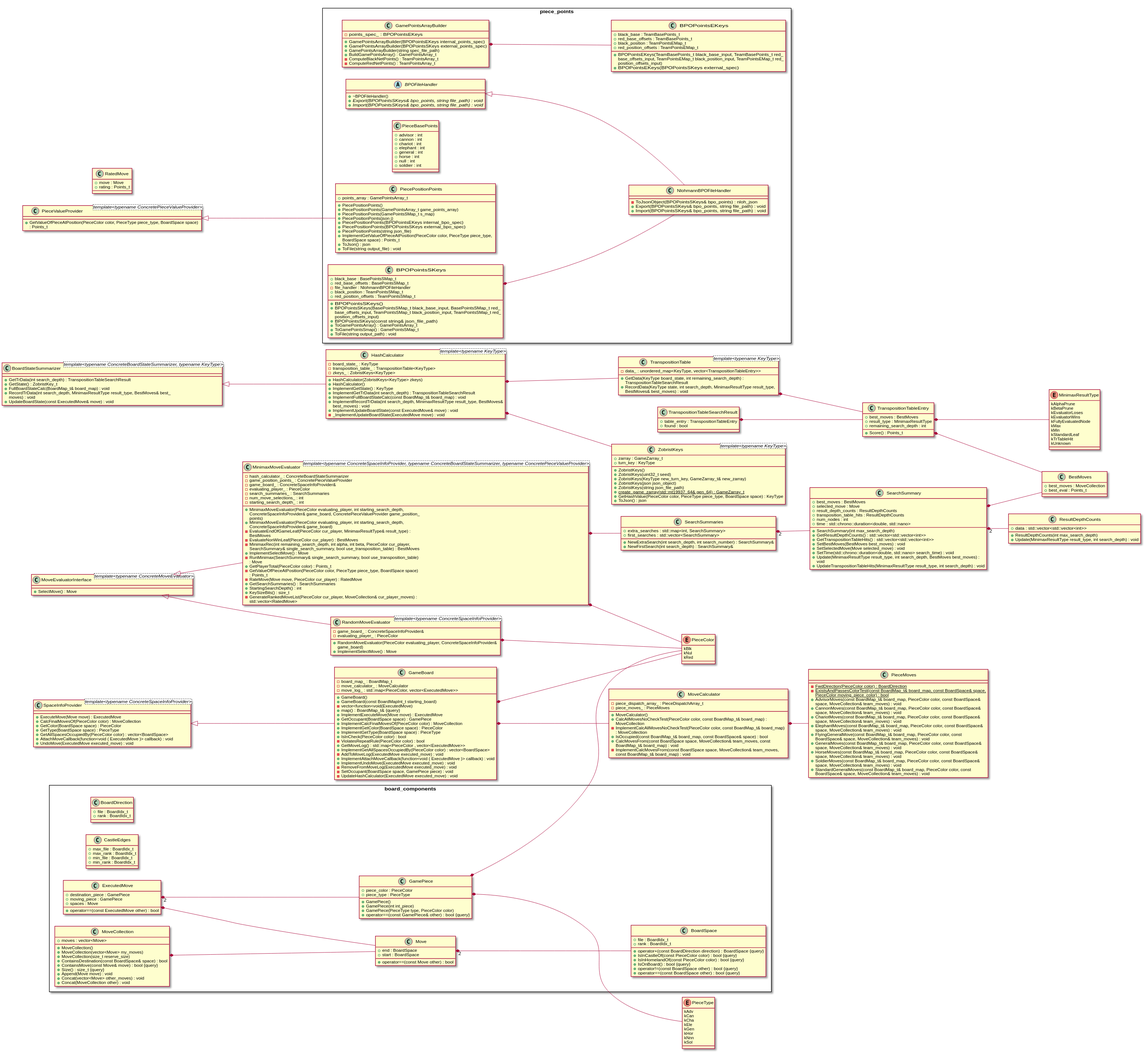
duanegoodner/xiangqigame keeps this PlantUML diagram as docs/plantuml/output.svg. Above is the earlier version.
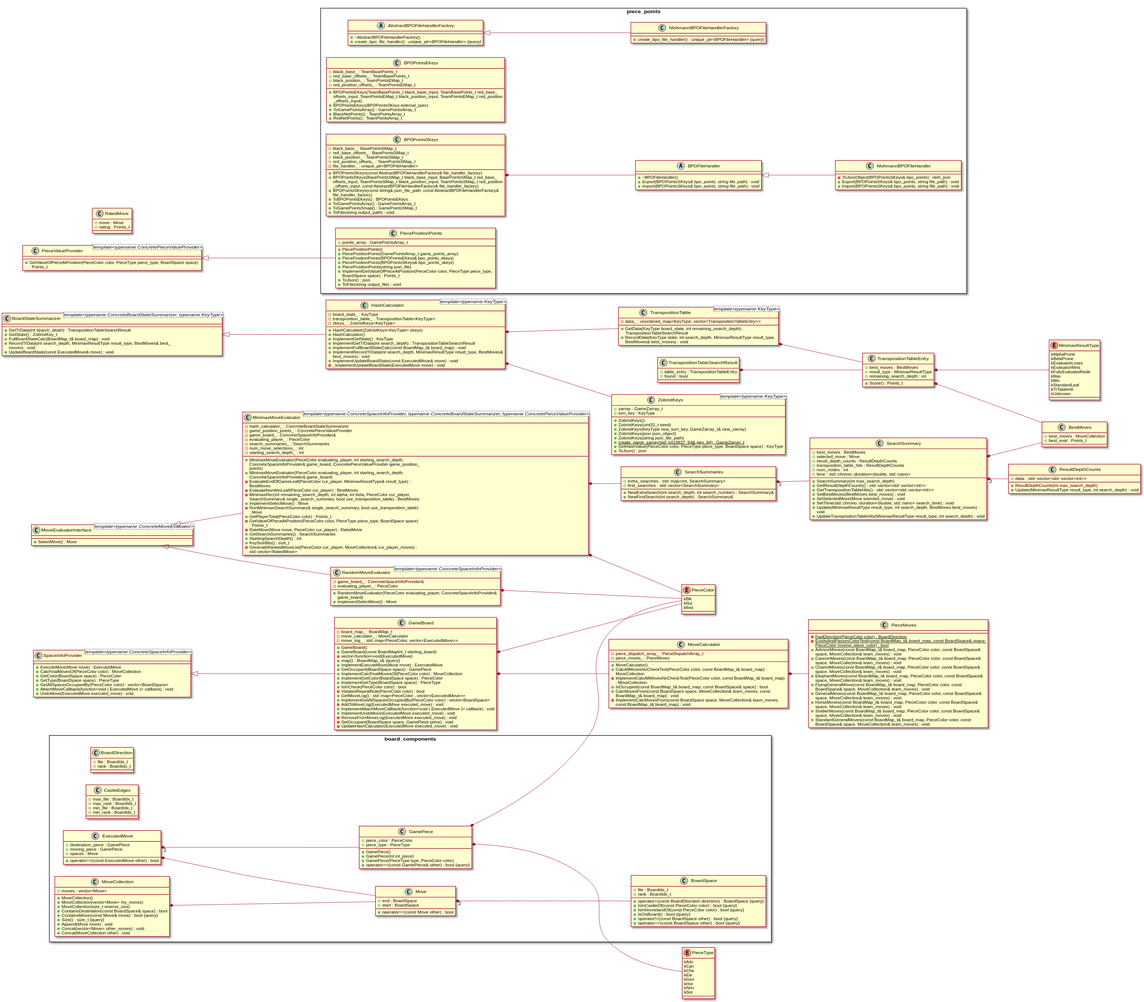
Above is the later version.

Commit message:
Abstract factory for points IO to decouple from json lib (#48)

Change to the diagram source:
```diff
@@ -4,6 +4,7 @@
 skinparam wrapWidth 500
 left to right direction
 scale 0.75
+
 
 
 
@@ -254,20 +255,42 @@
 
 
 namespace piece_points {
+	abstract class AbstractBPOFileHandlerFactory {
+		+~AbstractBPOFileHandlerFactory()
+		+{abstract} create_bpo_file_handler() : unique_ptr<BPOFileHandler> {query}
+	}
+
 	abstract class BPOFileHandler {
 		+~BPOFileHandler()
 		+{abstract} Export(BPOPointsSKeys& bpo_points, string file_path) : void
 		+{abstract} Import(BPOPointsSKeys& bpo_points, string file_path) : void
 	}
 
-	class GamePointsArrayBuilder {
-		+GamePointsArrayBuilder(BPOPointsEKeys internal_points_spec)
-		+GamePointsArrayBuilder(BPOPointsSKeys external_points_spec)
-		+GamePointsArrayBuilder(string spec_file_path)
-		+BuildGamePointsArray() : GamePointsArray_t
-		-points_spec_ : BPOPointsEKeys
-		-ComputeBlackNetPoints() : TeamPointsArray_t
-		-ComputeRedNetPoints() : TeamPointsArray_t
+	class BPOPointsEKeys {
+		+BPOPointsEKeys(TeamBasePoints_t black_base_input, TeamBasePoints_t red_base_offsets_input, TeamPointsEMap_t black_position_input, TeamPointsEMap_t red_position_offsets_input)
+		+BPOPointsEKeys(BPOPointsSKeys external_spec)
+		+ToGamePointsArray() : GamePointsArray_t
+		+black_base_ : TeamBasePoints_t
+		+red_base_offsets_ : TeamBasePoints_t
+		+BlackNetPoints() : TeamPointsArray_t
+		+RedNetPoints() : TeamPointsArray_t
+		+black_position_ : TeamPointsEMap_t
+		+red_position_offsets_ : TeamPointsEMap_t
+	}
+
+	class BPOPointsSKeys {
+		+BPOPointsSKeys(const AbstractBPOFileHandlerFactory& file_handler_factory)
+		+BPOPointsSKeys(BasePointsSMap_t black_base_input, BasePointsSMap_t red_base_offsets_input, TeamPointsSMap_t black_position_input, TeamPointsSMap_t red_position_offsets_input, const AbstractBPOFileHandlerFactory& file_handler_factory)
+		+BPOPointsSKeys(const string& json_file_path, const AbstractBPOFileHandlerFactory& file_handler_factory)
+		+ToBPOPointsEKeys() : BPOPointsEKeys
+		+black_base_ : BasePointsSMap_t
+		+red_base_offsets_ : BasePointsSMap_t
+		+ToGamePointsArray() : GamePointsArray_t
+		+ToGamePointsSmap() : GamePointsSMap_t
+		+black_position_ : TeamPointsSMap_t
+		+red_position_offsets_ : TeamPointsSMap_t
+		-file_handler_ : unique_ptr<BPOFileHandler>
+		+ToFile(string output_path) : void
 	}
 
 	class NlohmannBPOFileHandler {
@@ -276,52 +299,20 @@
 		+Import(BPOPointsSKeys& bpo_points, string file_path) : void
 	}
 
-	class PieceBasePoints {
-		+advisor : int
-		+cannon : int
-		+chariot : int
-		+elephant : int
-		+general : int
-		+horse : int
-		+null : int
-		+soldier : int
+	class NlohmannBPOFileHandlerFactory {
+		+create_bpo_file_handler() : unique_ptr<BPOFileHandler> {query}
 	}
 
 	class PiecePositionPoints {
 		+PiecePositionPoints()
 		+PiecePositionPoints(GamePointsArray_t game_points_array)
-		+PiecePositionPoints(GamePointsSMap_t s_map)
-		+PiecePositionPoints(json j)
-		+PiecePositionPoints(BPOPointsEKeys internal_bpo_spec)
-		+PiecePositionPoints(BPOPointsSKeys external_bpo_spec)
+		+PiecePositionPoints(BPOPointsEKeys& bpo_points_ekeys)
+		+PiecePositionPoints(BPOPointsSKeys& bpo_points_skeys)
 		+PiecePositionPoints(string json_file)
 		+points_array : GamePointsArray_t
 		+ImplementGetValueOfPieceAtPosition(PieceColor color, PieceType piece_type, BoardSpace space) : Points_t
 		+ToJson() : json
 		+ToFile(string output_file) : void
-	}
-
-	class BPOPointsSKeys {
-		+BPOPointsSKeys()
-		+BPOPointsSKeys(BasePointsSMap_t black_base_input, BasePointsSMap_t red_base_offsets_input, TeamPointsSMap_t black_position_input, TeamPointsSMap_t red_position_offsets_input)
-		+BPOPointsSKeys(const string& json_file_path)
-		+black_base : BasePointsSMap_t
-		+red_base_offsets : BasePointsSMap_t
-		+ToGamePointsArray() : GamePointsArray_t
-		+ToGamePointsSmap() : GamePointsSMap_t
-		-file_handler : NlohmannBPOFileHandler
-		+black_position : TeamPointsSMap_t
-		+red_position_offsets : TeamPointsSMap_t
-		+ToFile(string output_path) : void
-	}
-
-	class BPOPointsEKeys {
-		+BPOPointsEKeys(TeamBasePoints_t black_base_input, TeamBasePoints_t red_base_offsets_input, TeamPointsEMap_t black_position_input, TeamPointsEMap_t red_position_offsets_input)
-		+BPOPointsEKeys(BPOPointsSKeys external_spec)
-		+black_base : TeamBasePoints_t
-		+red_base_offsets : TeamBasePoints_t
-		+black_position : TeamPointsEMap_t
-		+red_position_offsets : TeamPointsEMap_t
 	}
 }
 
@@ -391,6 +382,9 @@
 
 
 
+piece_points.AbstractBPOFileHandlerFactory <|-- piece_points.NlohmannBPOFileHandlerFactory
+
+
 piece_points.BPOFileHandler <|-- piece_points.NlohmannBPOFileHandler
 
 
@@ -413,6 +407,9 @@
 
 
 
+piece_points.BPOPointsSKeys *-- piece_points.BPOFileHandler
+
+
 board_components.ExecutedMove "2" *-- board_components.GamePiece
 
 
@@ -429,9 +426,6 @@
 
 
 board_components.GamePiece *-- PieceType
-
-
-piece_points.GamePointsArrayBuilder *-- piece_points.BPOPointsEKeys
 
 
 HashCalculator *-- TranspositionTable
@@ -453,9 +447,6 @@
 
 
 board_components.MoveCollection *-- board_components.Move
-
-
-piece_points.BPOPointsSKeys *-- piece_points.NlohmannBPOFileHandler
 
 
 RandomMoveEvaluator *-- PieceColor
```
